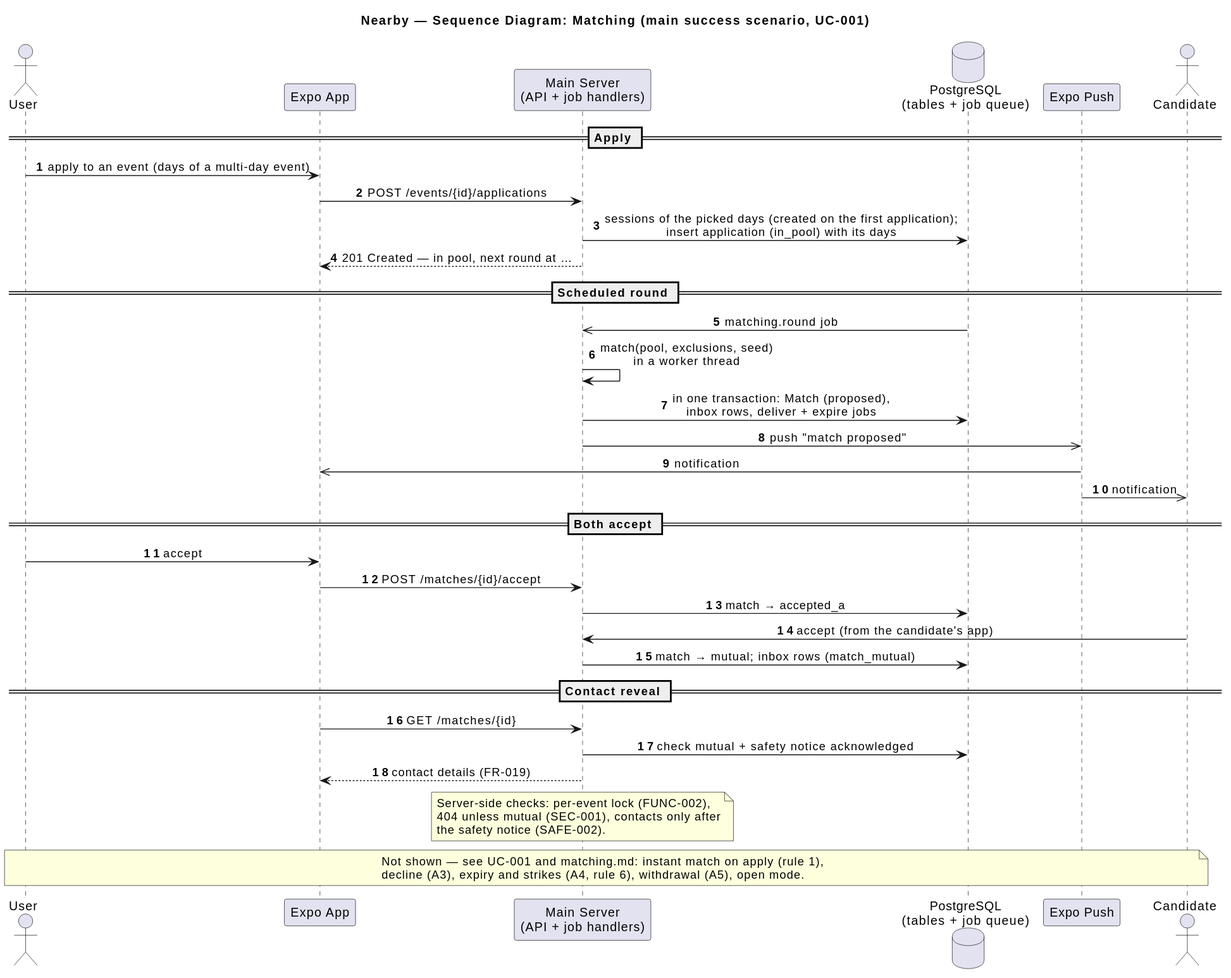
Above: docs/architecture/uml/rendered/sequence-diagram-matching.svg in ukma-fin-ssdm-2026/pun-intended-team (PlantUML), before the change. Its diagram source:
```plantuml
@startuml
title Nearby — Sequence Diagram: Matching (main success scenario, UC-001)

skinparam shadowing false
skinparam sequenceMessageAlign center
skinparam responseMessageBelowArrow true
autonumber

actor "User" as U
participant "Expo App" as APP
participant "Main Server\n(API + job handlers)" as SRV
database "PostgreSQL\n(tables + job queue)" as DB
participant "Expo Push" as PUSH
actor "Candidate" as C

== Apply ==

U -> APP : apply to an event (days of a multi-day event)
APP -> SRV : POST /events/{id}/applications
SRV -> DB : sessions of the picked days (created on the first application);\ninsert application (in_pool) with its days
SRV --> APP : 201 Created — in pool, next round at …

== Scheduled round ==

DB ->> SRV : matching.round job
SRV -> SRV : match(pool, exclusions, seed)\nin a worker thread
SRV -> DB : in one transaction: Match (proposed),\ninbox rows, deliver + expire jobs
SRV ->> PUSH : push "match proposed"
PUSH ->> APP : notification
PUSH ->> C : notification

== Both accept ==

U -> APP : accept
APP -> SRV : POST /matches/{id}/accept
SRV -> DB : match → accepted_a
C -> SRV : accept (from the candidate's app)
SRV -> DB : match → mutual; inbox rows (match_mutual)

== Contact reveal ==

APP -> SRV : GET /matches/{id}
SRV -> DB : check mutual + safety notice acknowledged
SRV --> APP : contact details (FR-019)

note over SRV
  Server-side checks: per-event lock (FUNC-002),
  404 unless mutual (SEC-001), contacts only after
  the safety notice (SAFE-002).
end note

note over U, C
  Not shown — see UC-001 and matching.md: instant match on apply (rule 1),
  decline (A3), expiry and strikes (A4, rule 6), withdrawal (A5), open mode.
end note
@enduml
```
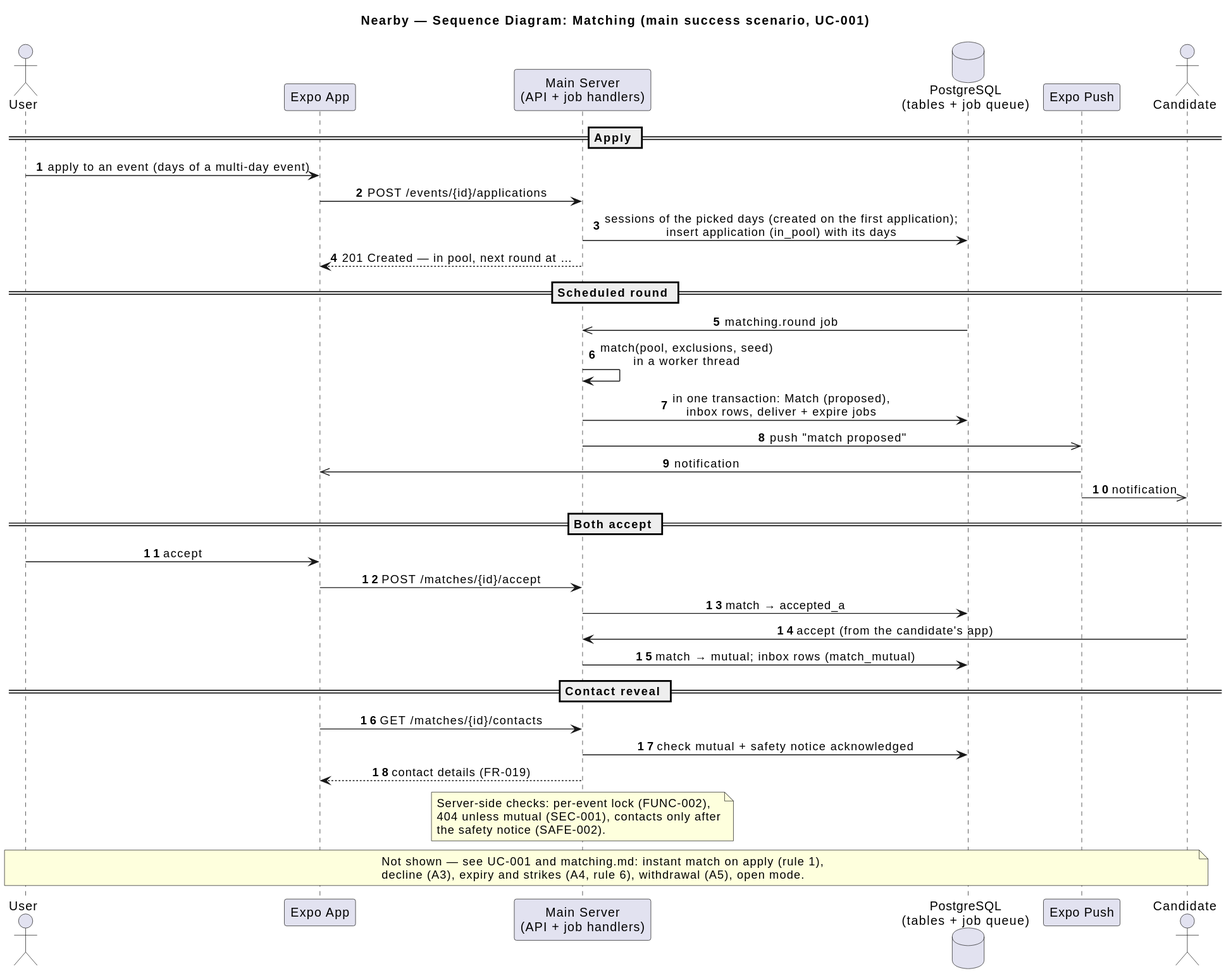
Later version of the same file.

Commit message:
(#375) Describe matching in the changelog, test plan and RTM

What changed in the source:
```diff
@@ -39,7 +39,7 @@
 
 == Contact reveal ==
 
-APP -> SRV : GET /matches/{id}
+APP -> SRV : GET /matches/{id}/contacts
 SRV -> DB : check mutual + safety notice acknowledged
 SRV --> APP : contact details (FR-019)
 
```
